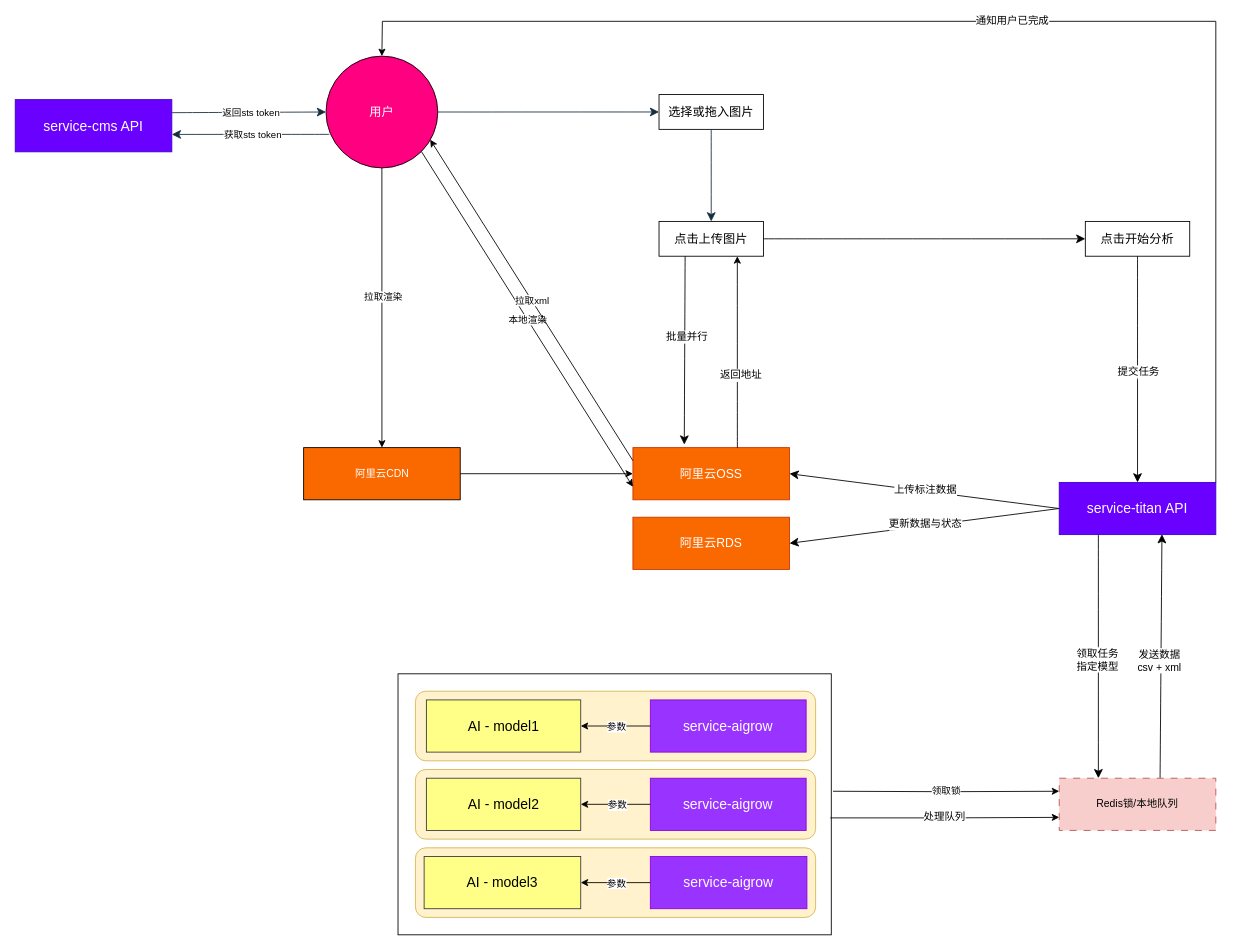
Above: 未命名绘图.drawio in deepberry/.draw (draw.io), before the change. Source tidied: cells renumbered, new cells numbered last; positions are measured from the earlier drawing's top-left corner, leaving out a move shared by most shapes. Both pictures are drawn from the tidied source at 87%, with x=0, y=0 at pixel (15, 21).
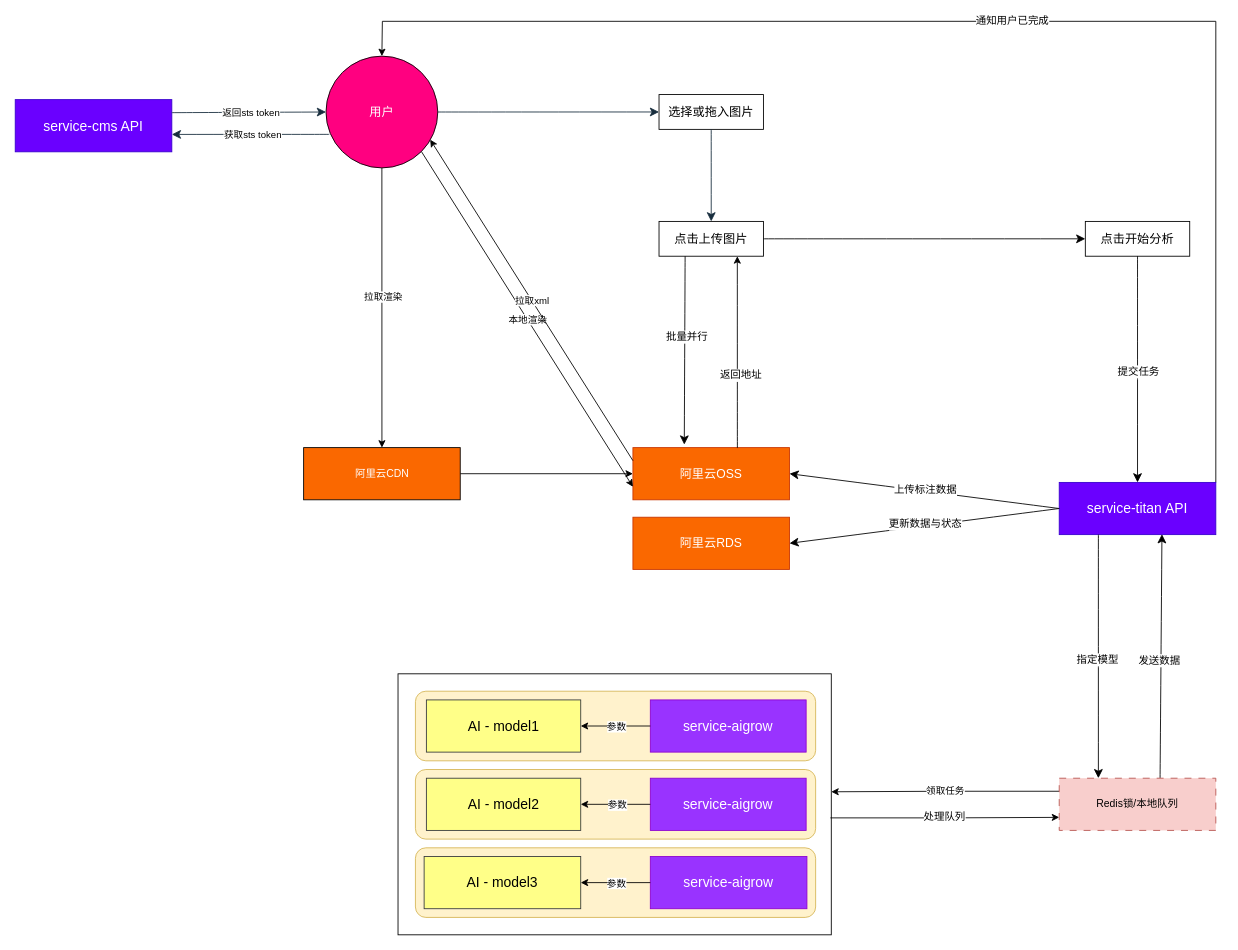
After the change.

Commit message:
更新未命名绘图.drawio

The change refers to these unchanged cells:
```xml
<mxCell id="3" style="rounded=0;whiteSpace=wrap;html=1;" parent="1" vertex="1">
  <mxGeometry x="440" y="750" width="498" height="300" as="geometry" />
</mxCell>
<mxCell id="27" style="edgeStyle=none;jettySize=auto;html=1;rounded=0;fontSize=12;startSize=8;endSize=8;curved=1;entryX=0.25;entryY=0;entryDx=0;entryDy=0;exitX=0.25;exitY=1;exitDx=0;exitDy=0;" parent="1" edge="1" source="21" target="38">
  <mxGeometry relative="1" as="geometry" />
</mxCell>
<mxCell id="31" style="edgeStyle=none;jettySize=auto;html=1;rounded=0;fontSize=12;startSize=8;endSize=8;curved=1;exitX=0.644;exitY=0;exitDx=0;exitDy=0;exitPerimeter=0;entryX=0.656;entryY=0.992;entryDx=0;entryDy=0;entryPerimeter=0;" parent="1" edge="1" source="38" target="21">
  <mxGeometry relative="1" as="geometry" />
</mxCell>
<mxCell id="38" value="Redis锁/本地队列" style="rounded=0;whiteSpace=wrap;html=1;fillColor=#f8cecc;strokeColor=#b85450;dashed=1;dashPattern=8 8;" parent="1" vertex="1">
  <mxGeometry x="1200" y="870" width="180" height="60" as="geometry" />
</mxCell>
```

Diff of the diagram source:
```diff
@@
-    <mxCell id="2" value="领取锁" style="edgeStyle=orthogonalEdgeStyle;rounded=0;jettySize=auto;html=1;entryX=0;entryY=0.25;entryDx=0;entryDy=0;" parent="1" edge="1" target="38">
-      <mxGeometry relative="1" as="geometry">
-        <mxPoint x="940" y="885" as="sourcePoint" />
-      </mxGeometry>
+    <mxCell id="2" value="领取任务" style="edgeStyle=orthogonalEdgeStyle;rounded=0;jettySize=auto;html=1;entryX=1;entryY=0.452;entryDx=0;entryDy=0;entryPerimeter=0;exitX=0;exitY=0.25;exitDx=0;exitDy=0;" parent="1" edge="1" source="38" target="3">
+      <mxGeometry relative="1" as="geometry" />
     </mxCell>
@@
-    <mxCell id="28" value="领取任务&lt;br&gt;指定模型" style="edgeLabel;html=1;align=center;verticalAlign=middle;fontSize=12;" parent="27" vertex="1">
+    <mxCell id="28" value="指定模型" style="edgeLabel;html=1;align=center;verticalAlign=middle;fontSize=12;" parent="27" vertex="1">
       <mxGeometry y="-13" relative="1" as="geometry">
         <mxPoint x="11" y="3" as="offset" />
       </mxGeometry>
     </mxCell>
@@
-    <mxCell id="32" value="发送数据&lt;br&gt;csv + xml" style="edgeLabel;html=1;align=center;verticalAlign=middle;fontSize=12;fontColor=#000000;" parent="31" vertex="1">
+    <mxCell id="32" value="发送数据" style="edgeLabel;html=1;align=center;verticalAlign=middle;fontSize=12;fontColor=#000000;" parent="31" vertex="1">
       <mxGeometry x="-0.04" y="2" relative="1" as="geometry" />
     </mxCell>
```
